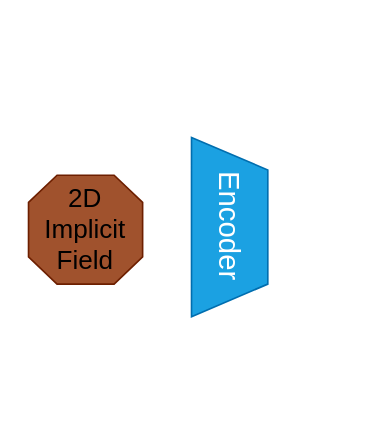
This is img/2Dprofile.drawio from wenqi-wang20/img, a draw.io file, before an edit. Source tidied: cells renumbered, new cells numbered last; positions are measured from the earlier drawing's top-left corner, leaving out a move shared by most shapes. Both pictures are drawn from the tidied source at 163%, with x=0, y=0 at pixel (28, 174).
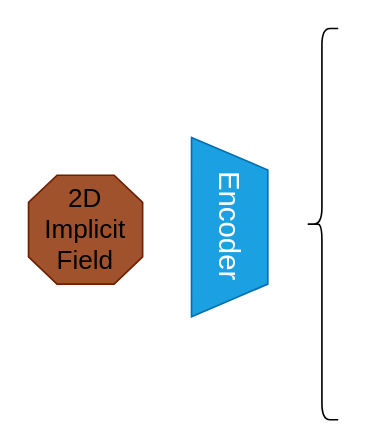
The same page after the edit.

Diff of the diagram source:
```diff
@@
 <mxGraphModel>
   <root>
     <mxCell id="0" />
     <mxCell id="1" parent="0" />
     <mxCell id="2" style="group;" parent="1" vertex="1">
       <mxGeometry width="70" height="66.8" as="geometry" />
     </mxCell>
     <mxCell id="3" style="verticalLabelPosition=bottom;verticalAlign=top;html=1;shape=mxgraph.basic.polygon;polyCoords=[[0.25,0],[0.75,0],[1,0.25],[1,0.75],[0.75,1],[0.25,1],[0,0.75],[0,0.25]];polyline=0;fillColor=#a0522d;strokeColor=#6D1F00;fontColor=#ffffff;" parent="2" vertex="1">
       <mxGeometry width="70" height="66.8" as="geometry" />
     </mxCell>
     <mxCell id="4" value="&lt;font style=&quot;font-size: 16px;&quot;&gt;2D&lt;br&gt;Implicit&lt;br&gt;Field&lt;/font&gt;" style="text;html=1;strokeColor=none;fillColor=none;align=center;verticalAlign=middle;whiteSpace=wrap;rounded=0;" parent="2" vertex="1">
       <mxGeometry x="5" y="19.1" width="60" height="28.6" as="geometry" />
     </mxCell>
     <mxCell id="5" value="&lt;font style=&quot;font-size: 18px;&quot;&gt;Encoder&lt;/font&gt;" style="shape=trapezoid;perimeter=trapezoidPerimeter;whiteSpace=wrap;html=1;fixedSize=1;rotation=90;fillColor=#1ba1e2;fontColor=#ffffff;strokeColor=#006EAF;" parent="1" vertex="1">
       <mxGeometry x="68.4" y="8.4" width="110" height="46.8" as="geometry" />
     </mxCell>
+    <mxCell id="6" style="shape=curlyBracket;whiteSpace=wrap;html=1;rounded=1;labelPosition=left;verticalLabelPosition=middle;align=right;verticalAlign=middle;" parent="1" vertex="1">
+      <mxGeometry x="170" y="-90" width="20" height="240" as="geometry" />
+    </mxCell>
   </root>
 </mxGraphModel>
```
